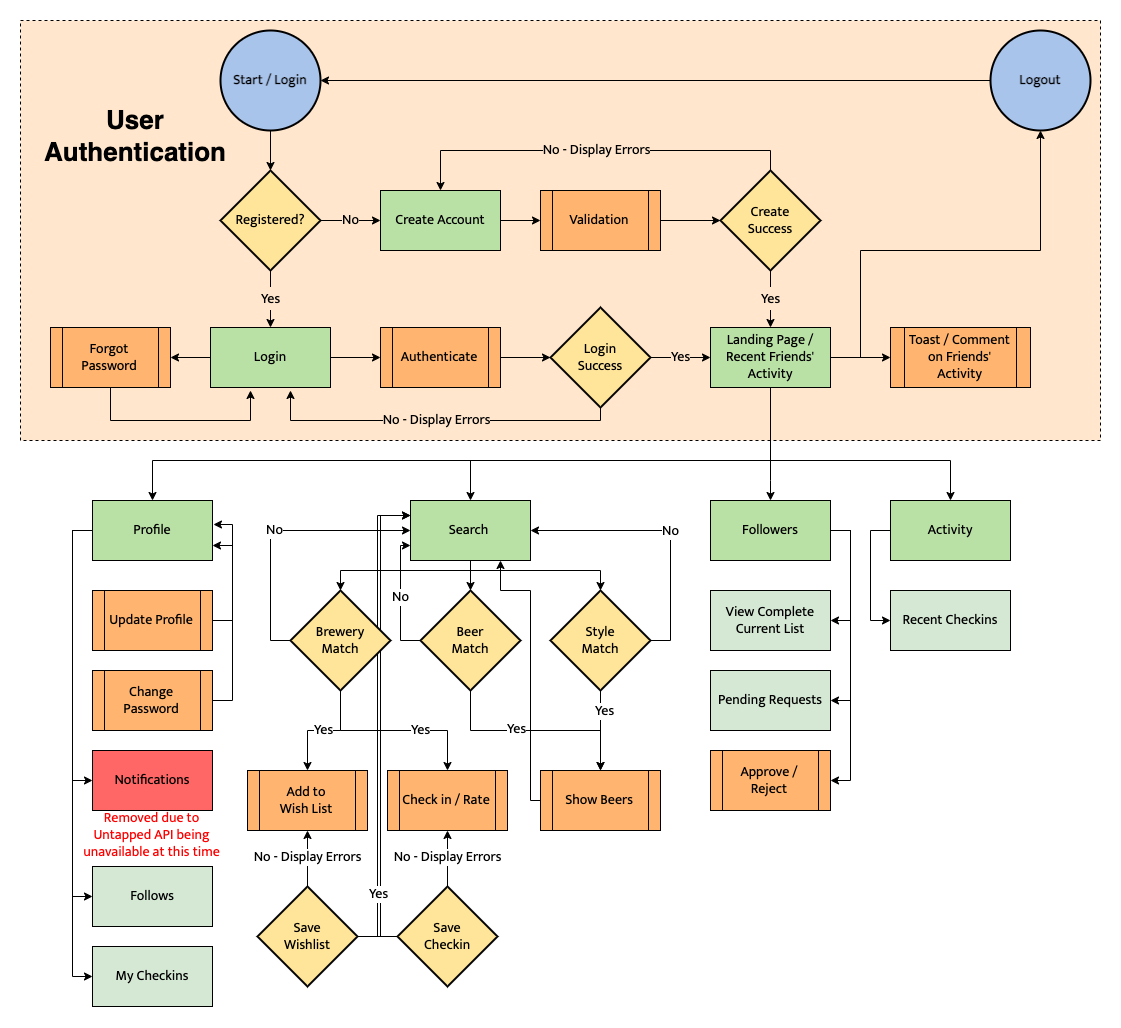
Above: Hopps Hunter User Flow Diagram.png in shaunwo/hopps-hunter (draw.io), before the change. Source tidied: cells renumbered, new cells last; positions are measured from the earlier drawing's top-left corner, leaving out a move shared by most shapes.
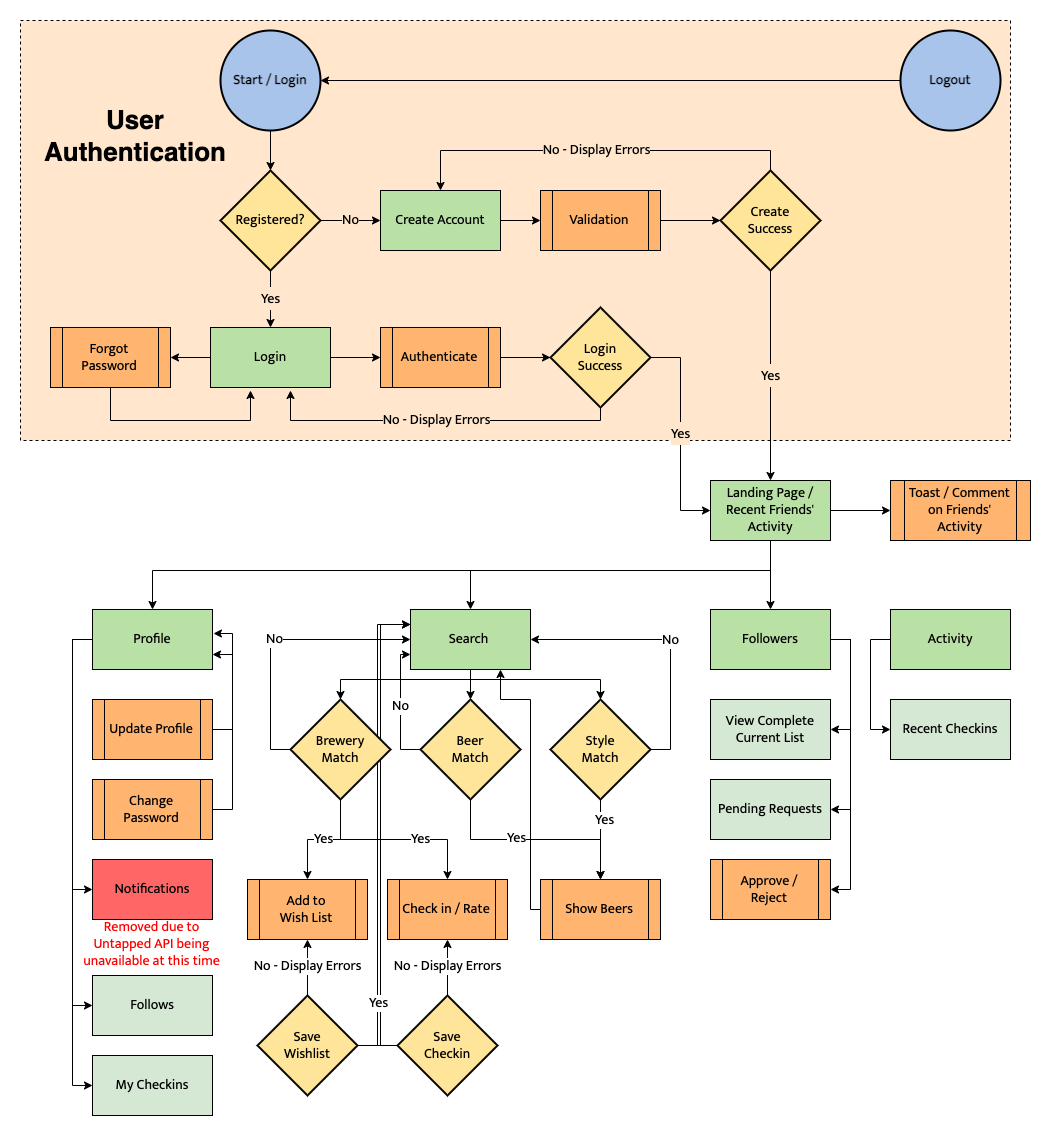
Above is the later version.

Commit message:
Revised diagram to group all User Authentication together

What changed in the source:
```diff
@@ -3,7 +3,7 @@
     <mxCell id="0" />
     <mxCell id="1" parent="0" />
     <mxCell id="2" style="rounded=0;whiteSpace=wrap;html=1;fillColor=#FFE6CC;shadow=0;dashed=1;" parent="1" vertex="1">
-      <mxGeometry width="1080" height="420" as="geometry" />
+      <mxGeometry y="-109" width="990" height="420" as="geometry" />
     </mxCell>
     <mxCell id="3" style="edgeStyle=orthogonalEdgeStyle;rounded=0;jettySize=auto;html=1;exitX=1;exitY=0.5;exitDx=0;exitDy=0;exitPerimeter=0;entryX=0;entryY=0.25;entryDx=0;entryDy=0;fontColor=#000000;" parent="1" edge="1" source="82" target="38">
       <mxGeometry relative="1" as="geometry">
@@ -17,30 +17,30 @@
       <mxGeometry relative="1" as="geometry" />
     </mxCell>
     <mxCell id="5" value="&lt;font style=&quot;font-size: 14px;&quot; face=&quot;Mukta&quot;&gt;&lt;b&gt;Start / Login&lt;/b&gt;&lt;/font&gt;" style="strokeWidth=2;html=1;shape=mxgraph.flowchart.start_2;whiteSpace=wrap;fillColor=#A9C4EB;" parent="1" vertex="1">
-      <mxGeometry x="200" y="10" width="100" height="100" as="geometry" />
+      <mxGeometry x="200" y="-99" width="100" height="100" as="geometry" />
     </mxCell>
     <mxCell id="6" style="edgeStyle=orthogonalEdgeStyle;rounded=0;jettySize=auto;html=1;exitX=1;exitY=0.5;exitDx=0;exitDy=0;entryX=0;entryY=0.5;entryDx=0;entryDy=0;entryPerimeter=0;fontFamily=Mukta;fontSource=https%3A%2F%2Ffonts.googleapis.com%2Fcss%3Ffamily%3DMukta;fontSize=14;" parent="1" edge="1" source="7">
       <mxGeometry relative="1" as="geometry">
-        <mxPoint x="530" y="337" as="targetPoint" />
+        <mxPoint x="530" y="228" as="targetPoint" />
       </mxGeometry>
     </mxCell>
     <mxCell id="7" value="Authenticate" style="shape=process;whiteSpace=wrap;html=1;backgroundOutline=1;fontFamily=Mukta;fontSource=https%3A%2F%2Ffonts.googleapis.com%2Fcss%3Ffamily%3DMukta;fontSize=14;fillColor=#FFB570;" parent="1" vertex="1">
-      <mxGeometry x="360" y="307" width="120" height="60" as="geometry" />
+      <mxGeometry x="360" y="198" width="120" height="60" as="geometry" />
     </mxCell>
     <mxCell id="8" value="&lt;span style=&quot;background-color: rgb(255, 230, 204);&quot;&gt;Yes&lt;/span&gt;" style="edgeStyle=orthogonalEdgeStyle;rounded=0;jettySize=auto;html=1;exitX=1;exitY=0.5;exitDx=0;exitDy=0;exitPerimeter=0;entryX=0;entryY=0.5;entryDx=0;entryDy=0;fontFamily=Mukta;fontSource=https%3A%2F%2Ffonts.googleapis.com%2Fcss%3Ffamily%3DMukta;fontSize=14;" parent="1" edge="1" source="10" target="30">
       <mxGeometry relative="1" as="geometry" />
     </mxCell>
     <mxCell id="9" value="&lt;span style=&quot;background-color: rgb(255, 230, 204);&quot;&gt;No - Display Errors&lt;/span&gt;" style="edgeStyle=orthogonalEdgeStyle;rounded=0;jettySize=auto;html=1;exitX=0.5;exitY=1;exitDx=0;exitDy=0;exitPerimeter=0;fontFamily=Mukta;fontSource=https%3A%2F%2Ffonts.googleapis.com%2Fcss%3Ffamily%3DMukta;fontSize=14;" parent="1" edge="1" source="10">
       <mxGeometry relative="1" as="geometry">
-        <mxPoint x="270" y="370" as="targetPoint" />
+        <mxPoint x="270" y="261" as="targetPoint" />
         <Array as="points">
-          <mxPoint x="580" y="400" />
-          <mxPoint x="270" y="400" />
+          <mxPoint x="580" y="291" />
+          <mxPoint x="270" y="291" />
         </Array>
       </mxGeometry>
     </mxCell>
     <mxCell id="10" value="Login&lt;br&gt;Success" style="strokeWidth=2;html=1;shape=mxgraph.flowchart.decision;whiteSpace=wrap;fontFamily=Mukta;fontSource=https%3A%2F%2Ffonts.googleapis.com%2Fcss%3Ffamily%3DMukta;fontSize=14;fillColor=#FFE599;" parent="1" vertex="1">
-      <mxGeometry x="530" y="287" width="100" height="100" as="geometry" />
+      <mxGeometry x="530" y="178" width="100" height="100" as="geometry" />
     </mxCell>
     <mxCell id="11" value="&lt;span style=&quot;background-color: rgb(255, 230, 204);&quot;&gt;Yes&lt;/span&gt;" style="edgeStyle=orthogonalEdgeStyle;rounded=0;jettySize=auto;html=1;exitX=0.5;exitY=1;exitDx=0;exitDy=0;exitPerimeter=0;entryX=0.5;entryY=0;entryDx=0;entryDy=0;fontFamily=Mukta;fontSource=https%3A%2F%2Ffonts.googleapis.com%2Fcss%3Ffamily%3DMukta;fontSize=14;" parent="1" edge="1" source="13" target="16">
       <mxGeometry relative="1" as="geometry" />
@@ -49,7 +49,7 @@
       <mxGeometry relative="1" as="geometry" />
     </mxCell>
     <mxCell id="13" value="Registered?" style="strokeWidth=2;html=1;shape=mxgraph.flowchart.decision;whiteSpace=wrap;fontFamily=Mukta;fontSource=https%3A%2F%2Ffonts.googleapis.com%2Fcss%3Ffamily%3DMukta;fontSize=14;fillColor=#FFE599;" parent="1" vertex="1">
-      <mxGeometry x="200" y="150" width="100" height="100" as="geometry" />
+      <mxGeometry x="200" y="41" width="100" height="100" as="geometry" />
     </mxCell>
     <mxCell id="14" style="edgeStyle=orthogonalEdgeStyle;rounded=0;jettySize=auto;html=1;exitX=1;exitY=0.5;exitDx=0;exitDy=0;entryX=0;entryY=0.5;entryDx=0;entryDy=0;fontFamily=Mukta;fontSource=https%3A%2F%2Ffonts.googleapis.com%2Fcss%3Ffamily%3DMukta;fontSize=14;" parent="1" edge="1" source="16" target="7">
       <mxGeometry relative="1" as="geometry" />
@@ -58,13 +58,13 @@
       <mxGeometry relative="1" as="geometry" />
     </mxCell>
     <mxCell id="16" value="Login" style="rounded=0;whiteSpace=wrap;html=1;fontFamily=Mukta;fontSource=https%3A%2F%2Ffonts.googleapis.com%2Fcss%3Ffamily%3DMukta;fontSize=14;fillColor=#B9E0A5;" parent="1" vertex="1">
-      <mxGeometry x="190" y="307" width="120" height="60" as="geometry" />
+      <mxGeometry x="190" y="198" width="120" height="60" as="geometry" />
     </mxCell>
     <mxCell id="17" style="edgeStyle=orthogonalEdgeStyle;rounded=0;jettySize=auto;html=1;exitX=1;exitY=0.5;exitDx=0;exitDy=0;entryX=0;entryY=0.5;entryDx=0;entryDy=0;fontFamily=Mukta;fontSource=https%3A%2F%2Ffonts.googleapis.com%2Fcss%3Ffamily%3DMukta;fontSize=14;" parent="1" edge="1" source="18" target="23">
       <mxGeometry relative="1" as="geometry" />
     </mxCell>
     <mxCell id="18" value="Create Account" style="rounded=0;whiteSpace=wrap;html=1;fontFamily=Mukta;fontSource=https%3A%2F%2Ffonts.googleapis.com%2Fcss%3Ffamily%3DMukta;fontSize=14;fillColor=#B9E0A5;" parent="1" vertex="1">
-      <mxGeometry x="360" y="170" width="120" height="60" as="geometry" />
+      <mxGeometry x="360" y="61" width="120" height="60" as="geometry" />
     </mxCell>
     <mxCell id="19" value="&lt;span style=&quot;background-color: rgb(255, 230, 204);&quot;&gt;Yes&lt;/span&gt;" style="edgeStyle=orthogonalEdgeStyle;rounded=0;jettySize=auto;html=1;exitX=0.5;exitY=1;exitDx=0;exitDy=0;exitPerimeter=0;fontFamily=Mukta;fontSource=https%3A%2F%2Ffonts.googleapis.com%2Fcss%3Ffamily%3DMukta;fontSize=14;" parent="1" edge="1" source="21" target="30">
       <mxGeometry relative="1" as="geometry" />
@@ -73,60 +73,43 @@
       <mxGeometry relative="1" as="geometry" />
     </mxCell>
     <mxCell id="21" value="Create&lt;br&gt;Success" style="strokeWidth=2;html=1;shape=mxgraph.flowchart.decision;whiteSpace=wrap;fontFamily=Mukta;fontSource=https%3A%2F%2Ffonts.googleapis.com%2Fcss%3Ffamily%3DMukta;fontSize=14;fillColor=#FFE599;" parent="1" vertex="1">
-      <mxGeometry x="700" y="150" width="100" height="100" as="geometry" />
+      <mxGeometry x="700" y="41" width="100" height="100" as="geometry" />
     </mxCell>
     <mxCell id="22" style="edgeStyle=orthogonalEdgeStyle;rounded=0;jettySize=auto;html=1;exitX=1;exitY=0.5;exitDx=0;exitDy=0;entryX=0;entryY=0.5;entryDx=0;entryDy=0;entryPerimeter=0;fontFamily=Mukta;fontSource=https%3A%2F%2Ffonts.googleapis.com%2Fcss%3Ffamily%3DMukta;fontSize=14;" parent="1" edge="1" source="23" target="21">
       <mxGeometry relative="1" as="geometry" />
     </mxCell>
     <mxCell id="23" value="Validation" style="shape=process;whiteSpace=wrap;html=1;backgroundOutline=1;fontFamily=Mukta;fontSource=https%3A%2F%2Ffonts.googleapis.com%2Fcss%3Ffamily%3DMukta;fontSize=14;fillColor=#FFB570;" parent="1" vertex="1">
-      <mxGeometry x="520" y="170" width="120" height="60" as="geometry" />
+      <mxGeometry x="520" y="61" width="120" height="60" as="geometry" />
     </mxCell>
     <mxCell id="24" style="edgeStyle=orthogonalEdgeStyle;rounded=0;jettySize=auto;html=1;exitX=0.5;exitY=1;exitDx=0;exitDy=0;entryX=0.5;entryY=0;entryDx=0;entryDy=0;fontFamily=Mukta;fontSource=https%3A%2F%2Ffonts.googleapis.com%2Fcss%3Ffamily%3DMukta;fontSize=14;" parent="1" edge="1" source="30" target="34">
       <mxGeometry relative="1" as="geometry">
         <Array as="points">
-          <mxPoint x="750" y="440" />
-          <mxPoint x="132" y="440" />
+          <mxPoint x="750" y="441" />
+          <mxPoint x="132" y="441" />
         </Array>
       </mxGeometry>
     </mxCell>
     <mxCell id="25" style="edgeStyle=orthogonalEdgeStyle;rounded=0;jettySize=auto;html=1;exitX=0.5;exitY=1;exitDx=0;exitDy=0;entryX=0.5;entryY=0;entryDx=0;entryDy=0;fontFamily=Mukta;fontSource=https%3A%2F%2Ffonts.googleapis.com%2Fcss%3Ffamily%3DMukta;fontSize=14;" parent="1" edge="1" source="30" target="38">
       <mxGeometry relative="1" as="geometry">
         <Array as="points">
-          <mxPoint x="750" y="440" />
-          <mxPoint x="450" y="440" />
+          <mxPoint x="750" y="441" />
+          <mxPoint x="450" y="441" />
         </Array>
       </mxGeometry>
     </mxCell>
     <mxCell id="26" style="edgeStyle=orthogonalEdgeStyle;rounded=0;jettySize=auto;html=1;exitX=0.5;exitY=1;exitDx=0;exitDy=0;entryX=0.5;entryY=0;entryDx=0;entryDy=0;fontFamily=Mukta;fontSource=https%3A%2F%2Ffonts.googleapis.com%2Fcss%3Ffamily%3DMukta;fontSize=14;" parent="1" edge="1" source="30" target="42">
       <mxGeometry relative="1" as="geometry">
         <Array as="points">
-          <mxPoint x="750" y="460" />
-          <mxPoint x="750" y="460" />
+          <mxPoint x="750" y="351" />
+          <mxPoint x="750" y="351" />
         </Array>
       </mxGeometry>
     </mxCell>
     <mxCell id="27" style="edgeStyle=orthogonalEdgeStyle;rounded=0;jettySize=auto;html=1;exitX=1;exitY=0.5;exitDx=0;exitDy=0;entryX=0;entryY=0.5;entryDx=0;entryDy=0;fontFamily=Mukta;fontSource=https%3A%2F%2Ffonts.googleapis.com%2Fcss%3Ffamily%3DMukta;fontSize=14;" parent="1" edge="1" source="30" target="67">
       <mxGeometry relative="1" as="geometry" />
     </mxCell>
-    <mxCell id="28" style="edgeStyle=orthogonalEdgeStyle;rounded=0;jettySize=auto;html=1;exitX=1;exitY=0.5;exitDx=0;exitDy=0;entryX=0.5;entryY=1;entryDx=0;entryDy=0;entryPerimeter=0;fontFamily=Mukta;fontSource=https%3A%2F%2Ffonts.googleapis.com%2Fcss%3Ffamily%3DMukta;fontSize=14;" parent="1" edge="1" source="30" target="70">
-      <mxGeometry relative="1" as="geometry">
-        <Array as="points">
-          <mxPoint x="840" y="337" />
-          <mxPoint x="840" y="230" />
-          <mxPoint x="1020" y="230" />
-        </Array>
-      </mxGeometry>
-    </mxCell>
-    <mxCell id="29" style="edgeStyle=orthogonalEdgeStyle;rounded=0;jettySize=auto;html=1;exitX=0.5;exitY=1;exitDx=0;exitDy=0;entryX=0.5;entryY=0;entryDx=0;entryDy=0;" parent="1" edge="1" source="30" target="44">
-      <mxGeometry relative="1" as="geometry">
-        <Array as="points">
-          <mxPoint x="750" y="440" />
-          <mxPoint x="930" y="440" />
-        </Array>
-      </mxGeometry>
-    </mxCell>
     <mxCell id="30" value="Landing Page / Recent Friends' Activity" style="rounded=0;whiteSpace=wrap;html=1;fontFamily=Mukta;fontSource=https%3A%2F%2Ffonts.googleapis.com%2Fcss%3Ffamily%3DMukta;fontSize=14;fillColor=#B9E0A5;" parent="1" vertex="1">
-      <mxGeometry x="690" y="307" width="120" height="60" as="geometry" />
+      <mxGeometry x="690" y="351" width="120" height="60" as="geometry" />
     </mxCell>
     <mxCell id="31" style="edgeStyle=orthogonalEdgeStyle;rounded=0;jettySize=auto;html=1;exitX=0;exitY=0.5;exitDx=0;exitDy=0;entryX=0;entryY=0.5;entryDx=0;entryDy=0;fontFamily=Mukta;fontSource=https%3A%2F%2Ffonts.googleapis.com%2Fcss%3Ffamily%3DMukta;fontSize=14;" parent="1" edge="1" source="34" target="45">
       <mxGeometry relative="1" as="geometry" />
@@ -258,9 +241,6 @@
     <mxCell id="66" value="Save&lt;br&gt;Checkin" style="strokeWidth=2;html=1;shape=mxgraph.flowchart.decision;whiteSpace=wrap;fontFamily=Mukta;fontSource=https%3A%2F%2Ffonts.googleapis.com%2Fcss%3Ffamily%3DMukta;fontSize=14;fillColor=#FFE599;" parent="1" vertex="1">
       <mxGeometry x="377" y="866" width="100" height="100" as="geometry" />
     </mxCell>
-    <mxCell id="67" value="Toast / Comment on Friends' Activity" style="shape=process;whiteSpace=wrap;html=1;backgroundOutline=1;fontFamily=Mukta;fontSource=https%3A%2F%2Ffonts.googleapis.com%2Fcss%3Ffamily%3DMukta;fontSize=14;fillColor=#FFB570;" parent="1" vertex="1">
-      <mxGeometry x="870" y="307" width="140" height="60" as="geometry" />
-    </mxCell>
     <mxCell id="68" value="Recent Checkins" style="rounded=0;whiteSpace=wrap;html=1;fontFamily=Mukta;fontSource=https%3A%2F%2Ffonts.googleapis.com%2Fcss%3Ffamily%3DMukta;fontSize=14;fillColor=#D5E8D4;" parent="1" vertex="1">
       <mxGeometry x="870" y="570" width="120" height="60" as="geometry" />
     </mxCell>
@@ -268,19 +248,19 @@
       <mxGeometry relative="1" as="geometry" />
     </mxCell>
     <mxCell id="70" value="&lt;font style=&quot;font-size: 14px;&quot; face=&quot;Mukta&quot;&gt;&lt;b&gt;Logout&lt;/b&gt;&lt;/font&gt;" style="strokeWidth=2;html=1;shape=mxgraph.flowchart.start_2;whiteSpace=wrap;fillColor=#A9C4EB;" parent="1" vertex="1">
-      <mxGeometry x="970" y="10" width="100" height="100" as="geometry" />
+      <mxGeometry x="880" y="-99" width="100" height="100" as="geometry" />
     </mxCell>
     <mxCell id="71" style="edgeStyle=orthogonalEdgeStyle;rounded=0;jettySize=auto;html=1;exitX=0.5;exitY=1;exitDx=0;exitDy=0;" parent="1" edge="1" source="72">
       <mxGeometry relative="1" as="geometry">
-        <mxPoint x="230" y="370" as="targetPoint" />
+        <mxPoint x="230" y="261" as="targetPoint" />
         <Array as="points">
-          <mxPoint x="90" y="400" />
-          <mxPoint x="230" y="400" />
+          <mxPoint x="90" y="291" />
+          <mxPoint x="230" y="291" />
         </Array>
       </mxGeometry>
     </mxCell>
     <mxCell id="72" value="Forgot Password" style="shape=process;whiteSpace=wrap;html=1;backgroundOutline=1;fontFamily=Mukta;fontSource=https%3A%2F%2Ffonts.googleapis.com%2Fcss%3Ffamily%3DMukta;fontSize=14;fillColor=#FFB570;" parent="1" vertex="1">
-      <mxGeometry x="30" y="307" width="120" height="60" as="geometry" />
+      <mxGeometry x="30" y="198" width="120" height="60" as="geometry" />
     </mxCell>
     <mxCell id="73" style="edgeStyle=orthogonalEdgeStyle;rounded=0;jettySize=auto;html=1;exitX=1;exitY=0.5;exitDx=0;exitDy=0;entryX=1.008;entryY=0.4;entryDx=0;entryDy=0;entryPerimeter=0;" parent="1" edge="1" source="74" target="34">
       <mxGeometry relative="1" as="geometry" />
@@ -327,7 +307,10 @@
       </mxGeometry>
     </mxCell>
     <mxCell id="85" value="&lt;div style=&quot;&quot;&gt;&lt;b style=&quot;background-color: initial; font-size: 26px;&quot;&gt;User&lt;/b&gt;&lt;/div&gt;&lt;b style=&quot;font-size: 26px;&quot;&gt;&lt;div style=&quot;&quot;&gt;&lt;b style=&quot;background-color: initial;&quot;&gt;Authentication&lt;/b&gt;&lt;/div&gt;&lt;/b&gt;" style="text;html=1;strokeColor=none;fillColor=none;align=center;verticalAlign=middle;whiteSpace=wrap;rounded=0;shadow=0;dashed=1;" parent="1" vertex="1">
-      <mxGeometry x="85" y="101" width="60" height="30" as="geometry" />
+      <mxGeometry x="85" y="-8" width="60" height="30" as="geometry" />
     </mxCell>
+    <mxCell id="67" value="Toast / Comment on Friends' Activity" style="shape=process;whiteSpace=wrap;html=1;backgroundOutline=1;fontFamily=Mukta;fontSource=https%3A%2F%2Ffonts.googleapis.com%2Fcss%3Ffamily%3DMukta;fontSize=14;fillColor=#FFB570;" parent="1" vertex="1">
+      <mxGeometry x="870" y="351" width="140" height="60" as="geometry" />
+    </mxCell>
   </root>
 </mxGraphModel>
```
